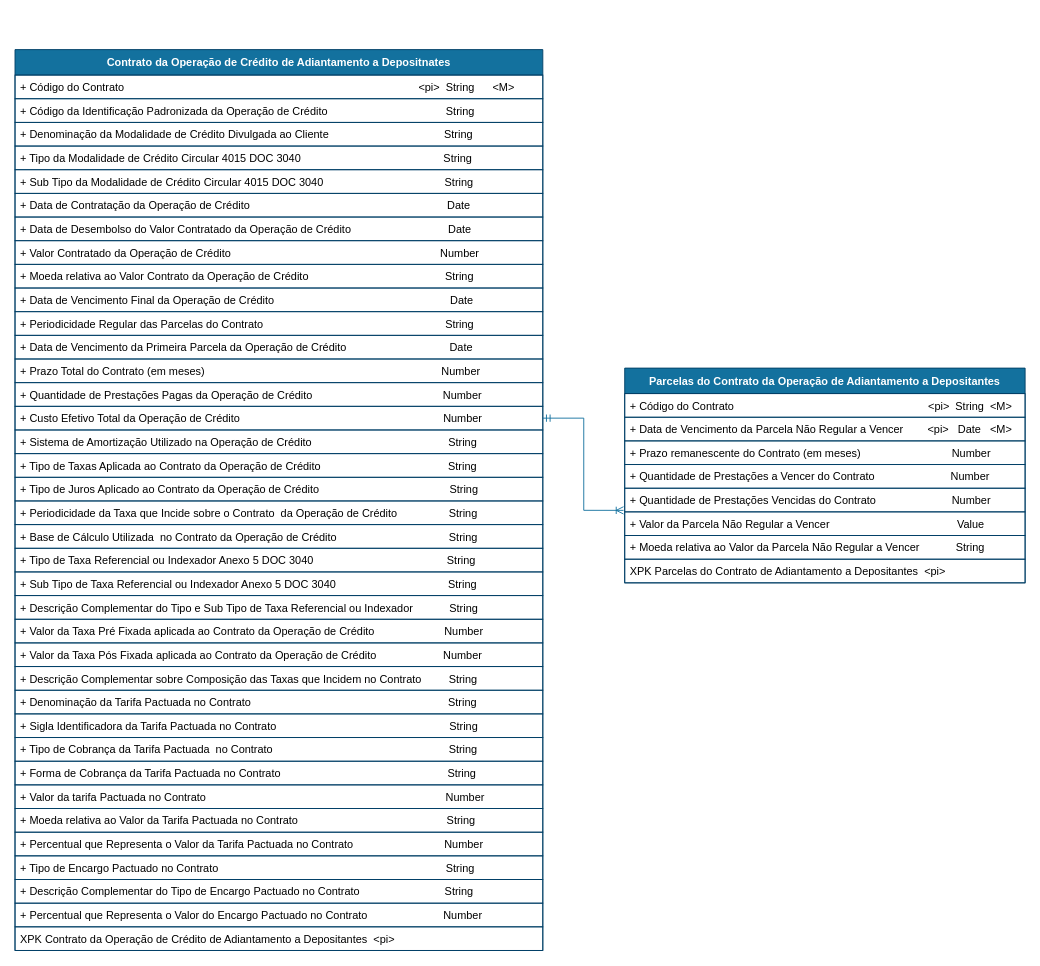
The draw.io diagram draw_io_diagrams/unarranged_accounts_overdraft/DER_UnarrangedAccountsOverdraft_Instalments.drawio in OpenBanking-Brasil/areadesenvolvedor, before the edit. Source tidied: cells renumbered, new cells numbered last; positions are measured from the earlier drawing's top-left corner, leaving out a move shared by most shapes. Both pictures are drawn from the tidied source at 91%, with x=0, y=0 at pixel (15, 49).
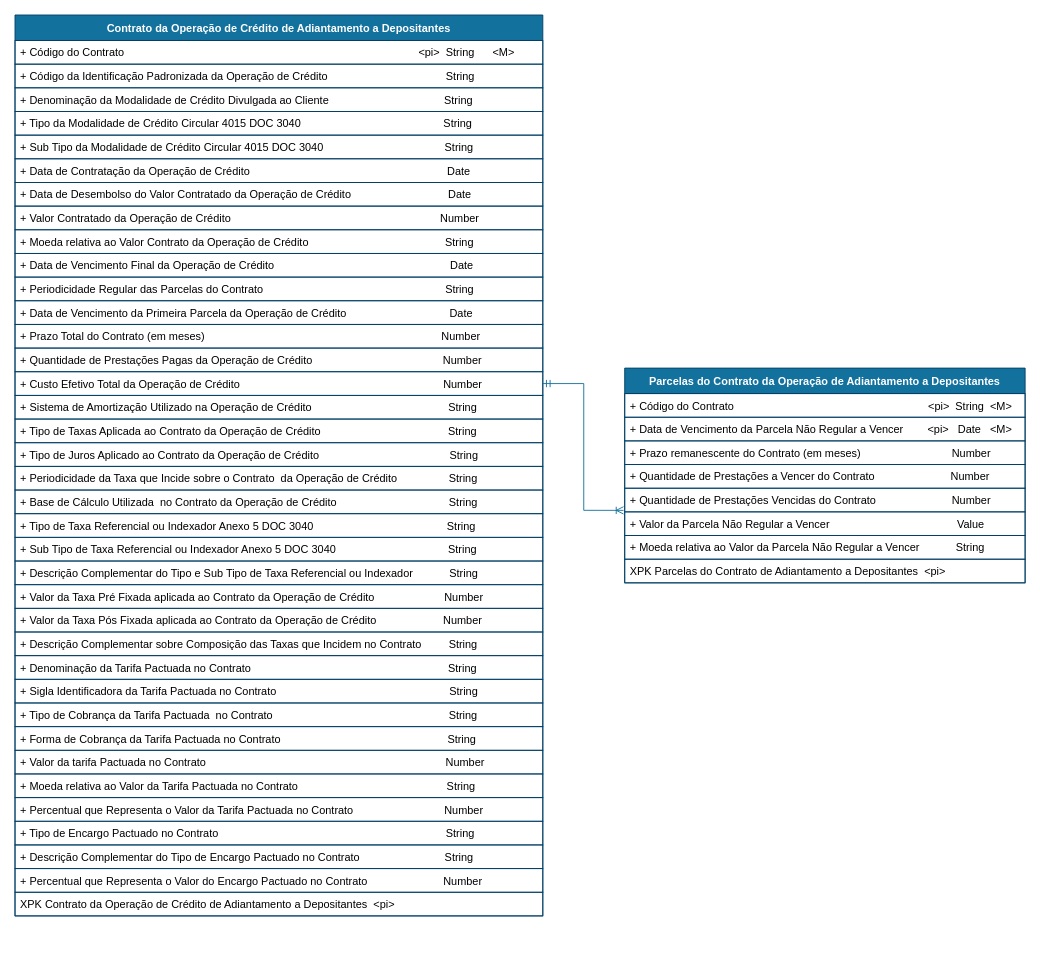
The same diagram, later.

Commit message (it also covers changes not shown here):
Fix logic der

Change to the diagram source:
```diff
@@
-    <mxCell id="11" value="Contrato da Operação de Crédito de Adiantamento a Depositnates" style="swimlane;fontStyle=1;horizontal=1;startSize=28;rounded=0;shadow=0;comic=0;sketch=0;align=center;html=0;fillColor=#13719E;strokeColor=#003F66;fontColor=#FFFFFF;" parent="1" vertex="1">
-      <mxGeometry width="580" height="990" as="geometry" />
+    <mxCell id="11" value="Contrato da Operação de Crédito de Adiantamento a Depositantes" style="swimlane;fontStyle=1;horizontal=1;startSize=28;rounded=0;shadow=0;comic=0;sketch=0;align=center;html=0;fillColor=#13719E;strokeColor=#003F66;fontColor=#FFFFFF;" parent="1" vertex="1">
+      <mxGeometry y="-38" width="580" height="990" as="geometry" />
     </mxCell>
```
